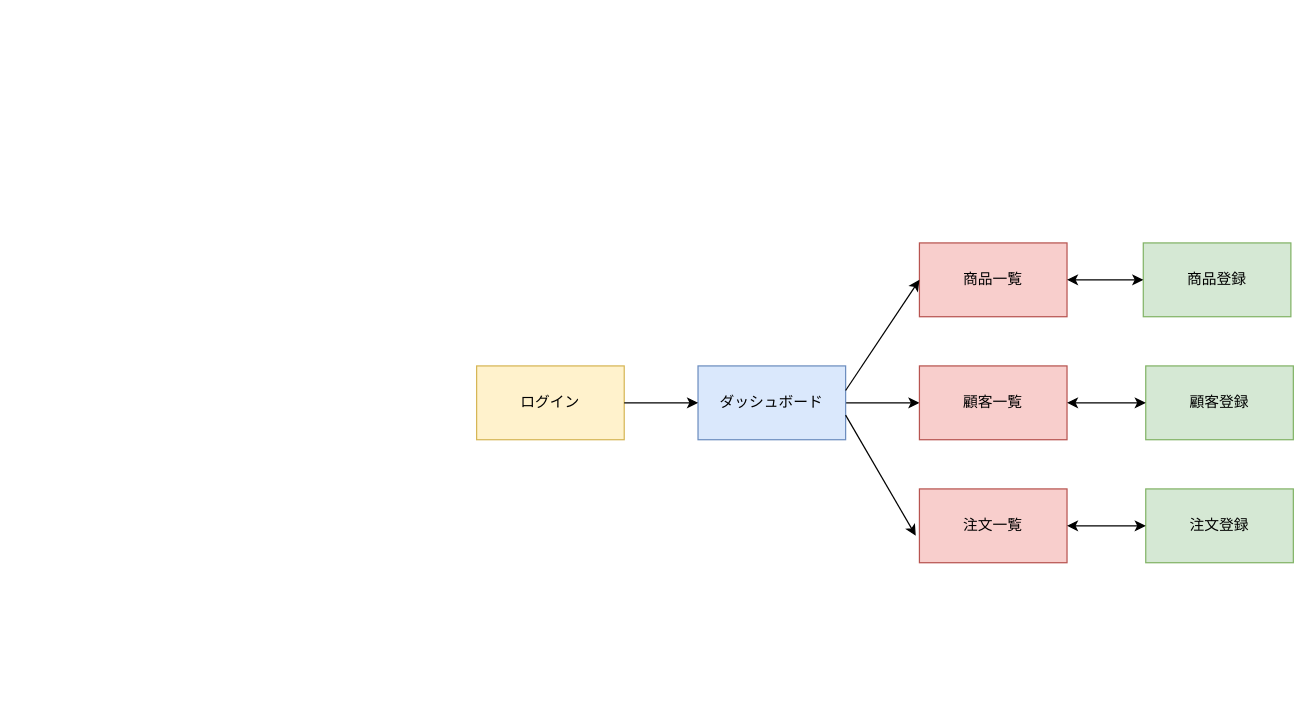
Earlier version of the draw.io diagram docs/画面遷移図.drawio (miyoshi-mk/shop-manager). Source tidied: cells renumbered, new cells numbered last; positions are measured from the earlier drawing's top-left corner, leaving out a move shared by most shapes. Both pictures are drawn from the tidied source at 123%, with x=0, y=0 at pixel (476, 242).
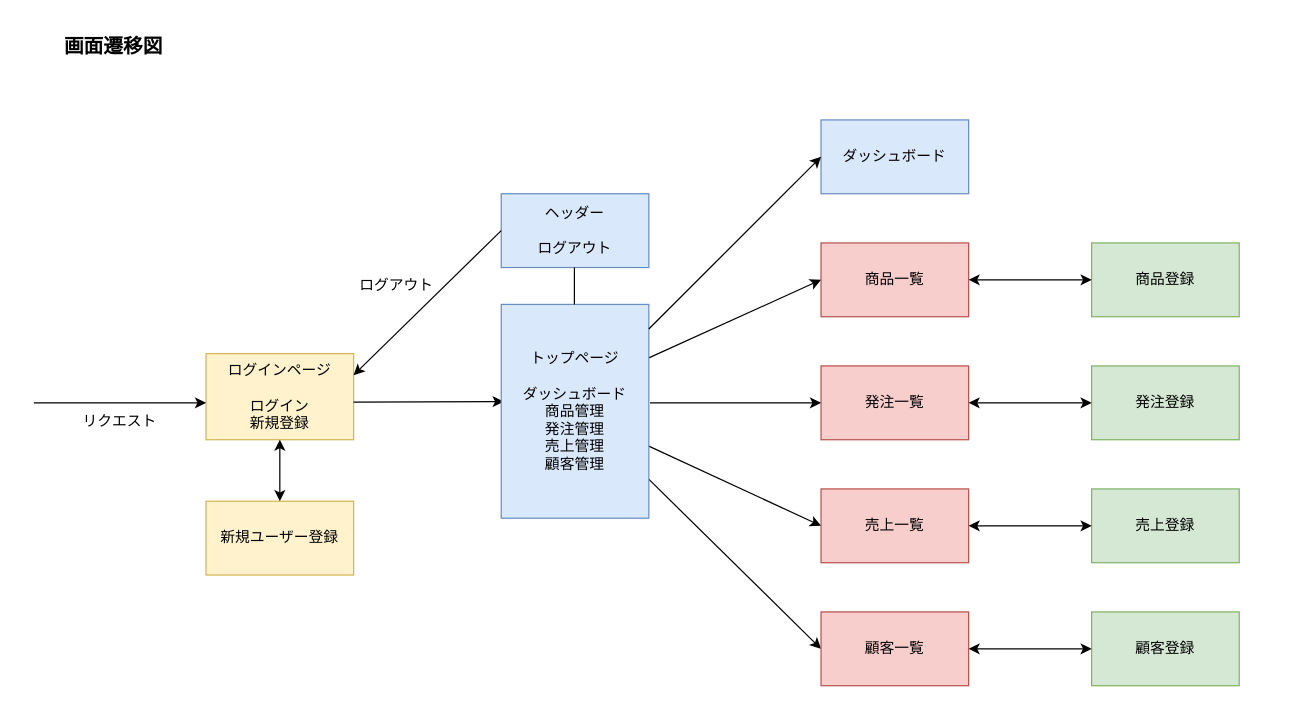
The same diagram, later.

Commit message:
画面遷移図、ER図を書き直し

The edit, as a diff of the source:
```diff
@@
-    <mxCell id="2" value="ログイン" style="rounded=0;whiteSpace=wrap;html=1;fillColor=#fff2cc;strokeColor=#d6b656;" parent="1" vertex="1">
-      <mxGeometry y="100" width="120" height="60" as="geometry" />
+    <mxCell id="2" value="ログインページ&lt;div&gt;&lt;br&gt;&lt;/div&gt;&lt;div&gt;ログイン&lt;/div&gt;&lt;div&gt;新規登録&lt;/div&gt;" style="rounded=0;whiteSpace=wrap;html=1;fillColor=#fff2cc;strokeColor=#d6b656;" parent="1" vertex="1">
+      <mxGeometry x="-220" y="90" width="120" height="70" as="geometry" />
     </mxCell>
-    <mxCell id="3" style="edgeStyle=none;html=1;" parent="1" edge="1" source="4" target="8">
+    <mxCell id="3" style="edgeStyle=none;html=1;entryX=0;entryY=0.5;entryDx=0;entryDy=0;exitX=0.975;exitY=0.801;exitDx=0;exitDy=0;exitPerimeter=0;" parent="1" edge="1" source="22" target="8">
       <mxGeometry relative="1" as="geometry" />
     </mxCell>
-    <mxCell id="4" value="ダッシュボード" style="rounded=0;whiteSpace=wrap;html=1;fillColor=#dae8fc;strokeColor=#6c8ebf;" parent="1" vertex="1">
-      <mxGeometry x="180" y="100" width="120" height="60" as="geometry" />
-    </mxCell>
-    <mxCell id="5" value="注文一覧" style="rounded=0;whiteSpace=wrap;html=1;fillColor=#f8cecc;strokeColor=#b85450;" parent="1" vertex="1">
-      <mxGeometry x="360" y="200" width="120" height="60" as="geometry" />
+    <mxCell id="5" value="発注一覧" style="rounded=0;whiteSpace=wrap;html=1;fillColor=#f8cecc;strokeColor=#b85450;" parent="1" vertex="1">
+      <mxGeometry x="280" y="100" width="120" height="60" as="geometry" />
     </mxCell>
     <mxCell id="6" value="商品登録" style="rounded=0;whiteSpace=wrap;html=1;fillColor=#d5e8d4;strokeColor=#82b366;" parent="1" vertex="1">
-      <mxGeometry x="542" width="120" height="60" as="geometry" />
+      <mxGeometry x="500" width="120" height="60" as="geometry" />
     </mxCell>
     <mxCell id="7" value="商品一覧" style="rounded=0;whiteSpace=wrap;html=1;fillColor=#f8cecc;strokeColor=#b85450;" parent="1" vertex="1">
-      <mxGeometry x="360" width="120" height="60" as="geometry" />
+      <mxGeometry x="280" width="120" height="60" as="geometry" />
     </mxCell>
     <mxCell id="8" value="顧客一覧" style="rounded=0;whiteSpace=wrap;html=1;fillColor=#f8cecc;strokeColor=#b85450;" parent="1" vertex="1">
-      <mxGeometry x="360" y="100" width="120" height="60" as="geometry" />
+      <mxGeometry x="280" y="300" width="120" height="60" as="geometry" />
     </mxCell>
     <mxCell id="9" value="顧客登録" style="rounded=0;whiteSpace=wrap;html=1;fillColor=#d5e8d4;strokeColor=#82b366;" parent="1" vertex="1">
-      <mxGeometry x="544" y="100" width="120" height="60" as="geometry" />
+      <mxGeometry x="500" y="300" width="120" height="60" as="geometry" />
     </mxCell>
-    <mxCell id="10" value="注文登録" style="rounded=0;whiteSpace=wrap;html=1;fillColor=#d5e8d4;strokeColor=#82b366;" parent="1" vertex="1">
-      <mxGeometry x="544" y="200" width="120" height="60" as="geometry" />
+    <mxCell id="10" value="発注登録" style="rounded=0;whiteSpace=wrap;html=1;fillColor=#d5e8d4;strokeColor=#82b366;" parent="1" vertex="1">
+      <mxGeometry x="500" y="100" width="120" height="60" as="geometry" />
     </mxCell>
-    <mxCell id="11" style="endArrow=classic;html=1;entryX=0;entryY=0.5;entryDx=0;entryDy=0;" parent="1" edge="1" target="4">
+    <mxCell id="11" style="endArrow=classic;html=1;" parent="1" edge="1">
       <mxGeometry relative="1" as="geometry">
-        <mxPoint x="120" y="130" as="sourcePoint" />
+        <mxPoint x="-100" y="129.5" as="sourcePoint" />
+        <mxPoint x="22" y="129" as="targetPoint" />
       </mxGeometry>
     </mxCell>
-    <mxCell id="12" style="endArrow=classic;html=1;entryX=0;entryY=0.5;entryDx=0;entryDy=0;" parent="1" edge="1" target="7">
-      <mxGeometry relative="1" as="geometry">
-        <mxPoint x="300" y="120" as="sourcePoint" />
-      </mxGeometry>
+    <mxCell id="12" style="endArrow=classic;html=1;entryX=0;entryY=0.5;entryDx=0;entryDy=0;exitX=1;exitY=0.25;exitDx=0;exitDy=0;" parent="1" edge="1" source="22" target="7">
+      <mxGeometry relative="1" as="geometry" />
     </mxCell>
-    <mxCell id="13" style="endArrow=classic;html=1;entryX=-0.025;entryY=0.633;entryDx=0;entryDy=0;entryPerimeter=0;" parent="1" edge="1" target="5">
-      <mxGeometry relative="1" as="geometry">
-        <mxPoint x="300" y="140" as="sourcePoint" />
-      </mxGeometry>
+    <mxCell id="13" style="endArrow=classic;html=1;entryX=0;entryY=0.5;entryDx=0;entryDy=0;exitX=1.008;exitY=0.46;exitDx=0;exitDy=0;exitPerimeter=0;" parent="1" edge="1" source="22" target="5">
+      <mxGeometry relative="1" as="geometry" />
     </mxCell>
-    <mxCell id="14" style="endArrow=classic;startArrow=classic;html=1;entryX=0;entryY=0.5;entryDx=0;entryDy=0;" parent="1" edge="1" target="6">
-      <mxGeometry relative="1" as="geometry">
-        <mxPoint x="480" y="30" as="sourcePoint" />
-      </mxGeometry>
-    </mxCell>
-    <mxCell id="15" style="endArrow=classic;startArrow=classic;html=1;entryX=0;entryY=0.5;entryDx=0;entryDy=0;" parent="1" edge="1" target="9">
-      <mxGeometry relative="1" as="geometry">
-        <mxPoint x="480" y="130" as="sourcePoint" />
-      </mxGeometry>
+    <mxCell id="15" style="endArrow=classic;startArrow=classic;html=1;entryX=0;entryY=0.5;entryDx=0;entryDy=0;" parent="1" edge="1" source="8" target="9">
+      <mxGeometry relative="1" as="geometry" />
     </mxCell>
-    <mxCell id="16" style="endArrow=classic;startArrow=classic;html=1;entryX=0;entryY=0.5;entryDx=0;entryDy=0;" parent="1" edge="1" target="10">
-      <mxGeometry relative="1" as="geometry">
-        <mxPoint x="480" y="230" as="sourcePoint" />
-      </mxGeometry>
+    <mxCell id="16" style="endArrow=classic;startArrow=classic;html=1;entryX=0;entryY=0.5;entryDx=0;entryDy=0;exitX=1;exitY=0.5;exitDx=0;exitDy=0;" parent="1" edge="1" source="5" target="10">
+      <mxGeometry relative="1" as="geometry" />
     </mxCell>
+    <mxCell id="17" value="売上一覧" style="rounded=0;whiteSpace=wrap;html=1;fillColor=#f8cecc;strokeColor=#b85450;" parent="1" vertex="1">
+      <mxGeometry x="280" y="200" width="120" height="60" as="geometry" />
+    </mxCell>
+    <mxCell id="18" style="endArrow=classic;html=1;entryX=0;entryY=0.5;entryDx=0;entryDy=0;exitX=0.985;exitY=0.658;exitDx=0;exitDy=0;exitPerimeter=0;" parent="1" edge="1" source="22" target="17">
+      <mxGeometry relative="1" as="geometry" />
+    </mxCell>
+    <mxCell id="19" value="売上登録" style="rounded=0;whiteSpace=wrap;html=1;fillColor=#d5e8d4;strokeColor=#82b366;" parent="1" vertex="1">
+      <mxGeometry x="500" y="200" width="120" height="60" as="geometry" />
+    </mxCell>
+    <mxCell id="20" style="endArrow=classic;startArrow=classic;html=1;exitX=1;exitY=0.5;exitDx=0;exitDy=0;" parent="1" edge="1" source="17" target="19">
+      <mxGeometry relative="1" as="geometry" />
+    </mxCell>
+    <mxCell id="21" value="画面遷移図" style="text;html=1;align=center;verticalAlign=middle;whiteSpace=wrap;rounded=0;fontSize=16;fontStyle=1;" parent="1" vertex="1">
+      <mxGeometry x="-370" y="-180" width="150" height="40" as="geometry" />
+    </mxCell>
+    <mxCell id="22" value="トップページ&lt;br&gt;&lt;div&gt;&lt;br&gt;&lt;/div&gt;&lt;div&gt;ダッシュボード&lt;br&gt;商品管理&lt;br&gt;発注管理&lt;/div&gt;&lt;div&gt;売上管理&lt;/div&gt;&lt;div&gt;顧客管理&lt;/div&gt;" style="rounded=0;whiteSpace=wrap;html=1;fillColor=#dae8fc;strokeColor=#6c8ebf;" parent="1" vertex="1">
+      <mxGeometry x="20" y="50" width="120" height="173.8" as="geometry" />
+    </mxCell>
+    <mxCell id="23" value="ヘッダー&lt;div&gt;&lt;br&gt;&lt;/div&gt;&lt;div&gt;ログアウト&lt;/div&gt;" style="rounded=0;whiteSpace=wrap;html=1;fillColor=#dae8fc;strokeColor=#6c8ebf;" parent="1" vertex="1">
+      <mxGeometry x="20" y="-40" width="120" height="60" as="geometry" />
+    </mxCell>
+    <mxCell id="24" style="endArrow=none;html=1;" parent="1" edge="1">
+      <mxGeometry relative="1" as="geometry">
+        <mxPoint x="79.5" y="20" as="sourcePoint" />
+        <mxPoint x="79.5" y="50" as="targetPoint" />
+      </mxGeometry>
+    </mxCell>
+    <mxCell id="25" value="ログアウト" style="text;html=1;align=center;verticalAlign=middle;whiteSpace=wrap;rounded=0;" parent="1" vertex="1">
+      <mxGeometry x="-110" y="20" width="90" height="30" as="geometry" />
+    </mxCell>
+    <mxCell id="26" style="endArrow=classic;html=1;" parent="1" edge="1">
+      <mxGeometry relative="1" as="geometry">
+        <mxPoint x="-360" y="130" as="sourcePoint" />
+        <mxPoint x="-220" y="130" as="targetPoint" />
+      </mxGeometry>
+    </mxCell>
+    <mxCell id="27" value="リクエスト" style="text;html=1;align=center;verticalAlign=middle;whiteSpace=wrap;rounded=0;" parent="1" vertex="1">
+      <mxGeometry x="-330" y="130" width="80" height="30" as="geometry" />
+    </mxCell>
+    <mxCell id="28" value="新規ユーザー登録" style="rounded=0;whiteSpace=wrap;html=1;fillColor=#fff2cc;strokeColor=#d6b656;" parent="1" vertex="1">
+      <mxGeometry x="-220" y="210" width="120" height="60" as="geometry" />
+    </mxCell>
+    <mxCell id="29" style="endArrow=classic;startArrow=classic;html=1;entryX=0.5;entryY=1;entryDx=0;entryDy=0;" parent="1" edge="1" target="2">
+      <mxGeometry relative="1" as="geometry">
+        <mxPoint x="-160" y="210" as="sourcePoint" />
+      </mxGeometry>
+    </mxCell>
+    <mxCell id="30" style="endArrow=classic;html=1;entryX=1;entryY=0.25;entryDx=0;entryDy=0;" parent="1" edge="1" target="2">
+      <mxGeometry relative="1" as="geometry">
+        <mxPoint x="20" y="-10" as="sourcePoint" />
+      </mxGeometry>
+    </mxCell>
+    <mxCell id="4" value="ダッシュボード" style="rounded=0;whiteSpace=wrap;html=1;fillColor=#dae8fc;strokeColor=#6c8ebf;" parent="1" vertex="1">
+      <mxGeometry x="280" y="-100" width="120" height="60" as="geometry" />
+    </mxCell>
+    <mxCell id="31" style="endArrow=classic;html=1;entryX=0;entryY=0.5;entryDx=0;entryDy=0;" parent="1" edge="1" target="4">
+      <mxGeometry relative="1" as="geometry">
+        <mxPoint x="140" y="70" as="sourcePoint" />
+      </mxGeometry>
+    </mxCell>
+    <mxCell id="32" style="endArrow=classic;startArrow=classic;html=1;entryX=0;entryY=0.5;entryDx=0;entryDy=0;" parent="1" edge="1" target="6">
+      <mxGeometry relative="1" as="geometry">
+        <mxPoint x="400" y="30" as="sourcePoint" />
+      </mxGeometry>
+    </mxCell>
```
